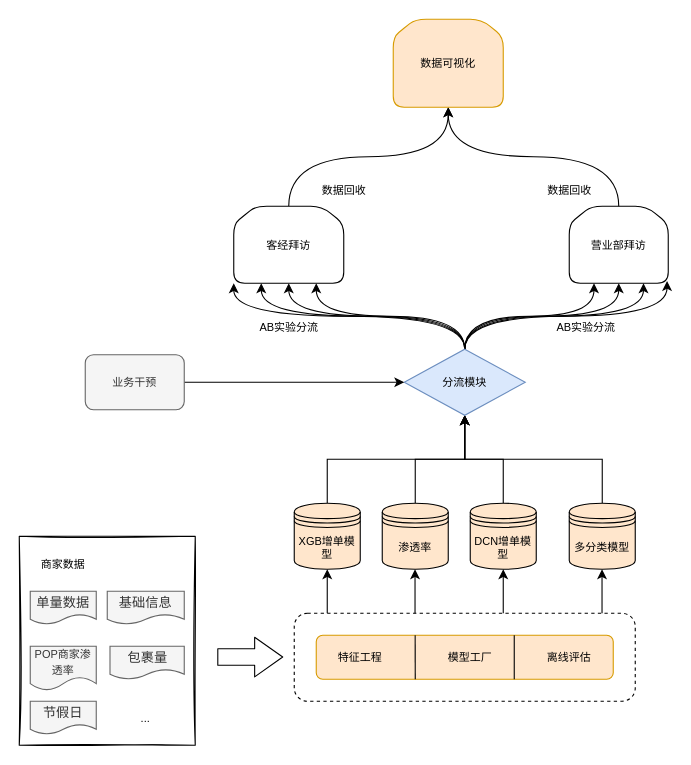
This is 增单.drawio from JintaiYang/drawio, a draw.io file, before an edit. Source tidied: cells renumbered, new cells numbered last; positions are measured from the earlier drawing's top-left corner, leaving out a move shared by most shapes. Both pictures are drawn from the tidied source at 110%, with x=0, y=0 at pixel (19, 19).
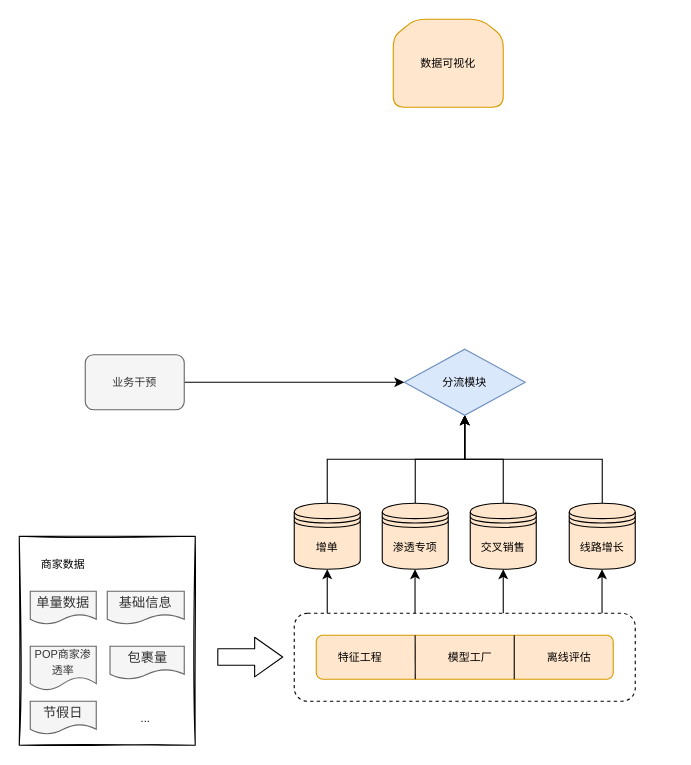
The same diagram, later.

Unchanged cells that the change refers to:
```xml
<mxCell id="34" value="分流模块" style="rhombus;whiteSpace=wrap;html=1;rounded=0;sketch=0;fontSize=10;fillColor=#dae8fc;strokeColor=#6c8ebf;" parent="1" vertex="1">
  <mxGeometry x="350" y="300" width="110" height="60" as="geometry" />
</mxCell>
<mxCell id="39" value="数据可视化" style="shape=loopLimit;whiteSpace=wrap;html=1;rounded=1;sketch=0;fontSize=10;fillColor=#ffe6cc;strokeColor=#d79b00;" parent="1" vertex="1">
  <mxGeometry x="340" width="100" height="80" as="geometry" />
</mxCell>
```

Change to the diagram source:
```diff
@@
-    <mxCell id="19" value="XGB增单模型" style="shape=datastore;whiteSpace=wrap;html=1;rounded=0;sketch=0;fontSize=10;fillColor=#ffe6cc;strokeColor=#000000;" parent="1" vertex="1">
+    <mxCell id="19" value="增单" style="shape=datastore;whiteSpace=wrap;html=1;rounded=0;sketch=0;fontSize=10;fillColor=#ffe6cc;strokeColor=#000000;" parent="1" vertex="1">
       <mxGeometry x="250" y="440" width="60" height="60" as="geometry" />
     </mxCell>
@@
-    <mxCell id="21" value="渗透率" style="shape=datastore;whiteSpace=wrap;html=1;rounded=0;sketch=0;fontSize=10;fillColor=#ffe6cc;strokeColor=#000000;" parent="1" vertex="1">
+    <mxCell id="21" value="渗透专项" style="shape=datastore;whiteSpace=wrap;html=1;rounded=0;sketch=0;fontSize=10;fillColor=#ffe6cc;strokeColor=#000000;" parent="1" vertex="1">
       <mxGeometry x="330" y="440" width="60" height="60" as="geometry" />
     </mxCell>
@@
-    <mxCell id="23" value="DCN增单模型" style="shape=datastore;whiteSpace=wrap;html=1;rounded=0;sketch=0;fontSize=10;fillColor=#ffe6cc;strokeColor=#000000;" parent="1" vertex="1">
+    <mxCell id="23" value="交叉销售" style="shape=datastore;whiteSpace=wrap;html=1;rounded=0;sketch=0;fontSize=10;fillColor=#ffe6cc;strokeColor=#000000;" parent="1" vertex="1">
       <mxGeometry x="410" y="440" width="60" height="60" as="geometry" />
     </mxCell>
@@
-    <mxCell id="25" value="多分类模型" style="shape=datastore;whiteSpace=wrap;html=1;rounded=0;sketch=0;fontSize=10;fillColor=#ffe6cc;strokeColor=#000000;" parent="1" vertex="1">
+    <mxCell id="25" value="线路增长" style="shape=datastore;whiteSpace=wrap;html=1;rounded=0;sketch=0;fontSize=10;fillColor=#ffe6cc;strokeColor=#000000;" parent="1" vertex="1">
       <mxGeometry x="500" y="440" width="60" height="60" as="geometry" />
     </mxCell>
-    <mxCell id="26" style="edgeStyle=orthogonalEdgeStyle;rounded=0;jettySize=auto;html=1;exitX=0.5;exitY=0;exitDx=0;exitDy=0;entryX=0.25;entryY=1;entryDx=0;entryDy=0;fontSize=10;curved=1;" parent="1" edge="1" source="34" target="36">
-      <mxGeometry relative="1" as="geometry" />
-    </mxCell>
-    <mxCell id="27" style="edgeStyle=orthogonalEdgeStyle;curved=1;rounded=0;jettySize=auto;html=1;exitX=0.5;exitY=0;exitDx=0;exitDy=0;entryX=0.5;entryY=1;entryDx=0;entryDy=0;fontSize=10;" parent="1" edge="1" source="34" target="36">
-      <mxGeometry relative="1" as="geometry" />
-    </mxCell>
-    <mxCell id="28" style="edgeStyle=orthogonalEdgeStyle;curved=1;rounded=0;jettySize=auto;html=1;exitX=0.5;exitY=0;exitDx=0;exitDy=0;entryX=0.75;entryY=1;entryDx=0;entryDy=0;fontSize=10;" parent="1" edge="1" source="34" target="36">
-      <mxGeometry relative="1" as="geometry" />
-    </mxCell>
-    <mxCell id="29" style="edgeStyle=orthogonalEdgeStyle;curved=1;rounded=0;jettySize=auto;html=1;exitX=0.5;exitY=0;exitDx=0;exitDy=0;fontSize=10;entryX=0;entryY=1;entryDx=0;entryDy=0;" parent="1" edge="1" source="34" target="36">
-      <mxGeometry relative="1" as="geometry" />
-    </mxCell>
-    <mxCell id="30" style="edgeStyle=orthogonalEdgeStyle;curved=1;rounded=0;jettySize=auto;html=1;exitX=0.5;exitY=0;exitDx=0;exitDy=0;entryX=0.25;entryY=1;entryDx=0;entryDy=0;fontSize=10;" parent="1" edge="1" source="34" target="38">
-      <mxGeometry relative="1" as="geometry" />
-    </mxCell>
-    <mxCell id="31" style="edgeStyle=orthogonalEdgeStyle;curved=1;rounded=0;jettySize=auto;html=1;exitX=0.5;exitY=0;exitDx=0;exitDy=0;entryX=0.5;entryY=1;entryDx=0;entryDy=0;fontSize=10;" parent="1" edge="1" source="34" target="38">
-      <mxGeometry relative="1" as="geometry" />
-    </mxCell>
-    <mxCell id="32" style="edgeStyle=orthogonalEdgeStyle;curved=1;rounded=0;jettySize=auto;html=1;exitX=0.5;exitY=0;exitDx=0;exitDy=0;entryX=0.75;entryY=1;entryDx=0;entryDy=0;fontSize=10;" parent="1" edge="1" source="34" target="38">
-      <mxGeometry relative="1" as="geometry" />
-    </mxCell>
-    <mxCell id="33" style="edgeStyle=orthogonalEdgeStyle;curved=1;rounded=0;jettySize=auto;html=1;exitX=0.5;exitY=0;exitDx=0;exitDy=0;entryX=0.988;entryY=0.972;entryDx=0;entryDy=0;entryPerimeter=0;fontSize=10;" parent="1" edge="1" source="34" target="38">
-      <mxGeometry relative="1" as="geometry" />
-    </mxCell>
@@
-    <mxCell id="35" style="edgeStyle=orthogonalEdgeStyle;curved=1;rounded=0;jettySize=auto;html=1;exitX=0.5;exitY=0;exitDx=0;exitDy=0;fontSize=10;" parent="1" edge="1" source="36" target="39">
-      <mxGeometry relative="1" as="geometry" />
-    </mxCell>
-    <mxCell id="36" value="客经拜访" style="shape=loopLimit;whiteSpace=wrap;html=1;rounded=1;sketch=0;fontSize=10;" parent="1" vertex="1">
-      <mxGeometry x="195" y="170" width="100" height="70" as="geometry" />
-    </mxCell>
-    <mxCell id="37" style="edgeStyle=orthogonalEdgeStyle;curved=1;rounded=0;jettySize=auto;html=1;exitX=0.5;exitY=0;exitDx=0;exitDy=0;entryX=0.5;entryY=1;entryDx=0;entryDy=0;fontSize=10;" parent="1" edge="1" source="38" target="39">
-      <mxGeometry relative="1" as="geometry" />
-    </mxCell>
-    <mxCell id="38" value="营业部拜访" style="shape=loopLimit;whiteSpace=wrap;html=1;rounded=1;sketch=0;fontSize=10;fillColor=none;" parent="1" vertex="1">
-      <mxGeometry x="500" y="170" width="90" height="70" as="geometry" />
-    </mxCell>
@@
-    <mxCell id="45" value="AB实验分流" style="text;html=1;align=center;verticalAlign=middle;strokeColor=none;fillColor=none;fontSize=10;" parent="1" vertex="1">
-      <mxGeometry x="200" y="265" width="90" height="30" as="geometry" />
-    </mxCell>
-    <mxCell id="46" value="AB实验分流" style="text;html=1;align=center;verticalAlign=middle;strokeColor=none;fillColor=none;fontSize=10;" parent="1" vertex="1">
-      <mxGeometry x="470" y="265" width="90" height="30" as="geometry" />
-    </mxCell>
@@
-    <mxCell id="49" value="数据回收" style="text;html=1;align=center;verticalAlign=middle;strokeColor=none;fillColor=none;fontSize=10;" parent="1" vertex="1">
-      <mxGeometry x="260" y="140" width="70" height="30" as="geometry" />
-    </mxCell>
-    <mxCell id="50" value="数据回收" style="text;html=1;align=center;verticalAlign=middle;strokeColor=none;fillColor=none;fontSize=10;" parent="1" vertex="1">
-      <mxGeometry x="465" y="140" width="70" height="30" as="geometry" />
-    </mxCell>
```
